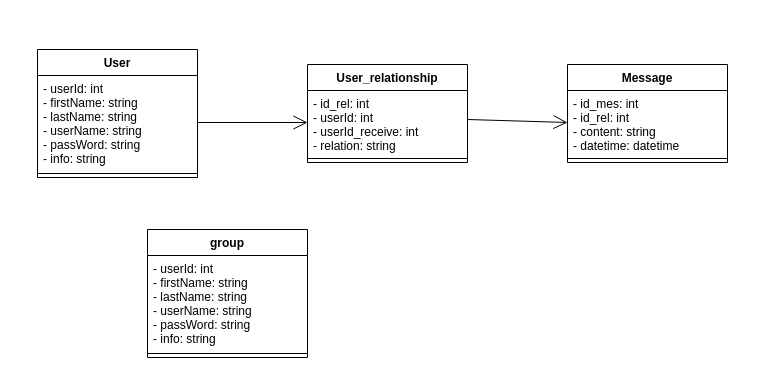
Earlier version of the draw.io diagram chat_app.drawio (lythanhhai/Chat_App_PBL4). Source tidied: cells renumbered, new cells numbered last; positions are measured from the earlier drawing's top-left corner, leaving out a move shared by most shapes. Both pictures are drawn from the tidied source at 100%, with x=0, y=0 at pixel (37, 49).
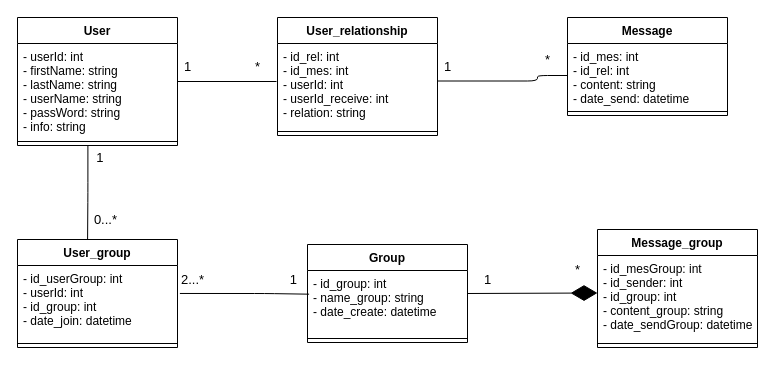
The same diagram, later.

The change refers to these unchanged cells:
```xml
<mxCell id="3" value="- userId: int&#10;- firstName: string&#10;- lastName: string&#10;- userName: string&#10;- passWord: string&#10;- info: string" style="text;strokeColor=none;fillColor=none;align=left;verticalAlign=top;spacingLeft=4;spacingRight=4;overflow=hidden;points=[[0,0.5],[1,0.5]];portConstraint=eastwest;" parent="2" vertex="1">
  <mxGeometry y="26" width="160" height="94" as="geometry" />
</mxCell>
<mxCell id="4" style="line;strokeWidth=1;fillColor=none;align=left;verticalAlign=middle;spacingTop=-1;spacingLeft=3;spacingRight=3;labelPosition=right;points=[];portConstraint=eastwest;" parent="2" vertex="1">
  <mxGeometry y="120" width="160" height="8" as="geometry" />
</mxCell>
```

Change to the diagram source:
```diff
@@
     <mxCell id="2" value="User" style="swimlane;fontStyle=1;align=center;verticalAlign=top;horizontal=1;startSize=26;" parent="1" vertex="1">
-      <mxGeometry width="160" height="128" as="geometry" />
+      <mxGeometry x="-20" y="-32" width="160" height="128" as="geometry" />
     </mxCell>
@@
     <mxCell id="5" value="User_relationship" style="swimlane;fontStyle=1;align=center;verticalAlign=top;horizontal=1;startSize=26;" parent="1" vertex="1">
-      <mxGeometry x="270" y="15" width="160" height="98" as="geometry" />
+      <mxGeometry x="240" y="-32" width="160" height="118" as="geometry" />
     </mxCell>
-    <mxCell id="6" value="- id_rel: int&#10;- userId: int&#10;- userId_receive: int&#10;- relation: string" style="text;strokeColor=none;fillColor=none;align=left;verticalAlign=top;spacingLeft=4;spacingRight=4;overflow=hidden;points=[[0,0.5],[1,0.5]];portConstraint=eastwest;" parent="5" vertex="1">
-      <mxGeometry y="26" width="160" height="64" as="geometry" />
+    <mxCell id="6" value="- id_rel: int&#10;- id_mes: int&#10;- userId: int&#10;- userId_receive: int&#10;- relation: string" style="text;strokeColor=none;fillColor=none;align=left;verticalAlign=top;spacingLeft=4;spacingRight=4;overflow=hidden;points=[[0,0.5],[1,0.5]];portConstraint=eastwest;" parent="5" vertex="1">
+      <mxGeometry y="26" width="160" height="84" as="geometry" />
     </mxCell>
     <mxCell id="7" style="line;strokeWidth=1;fillColor=none;align=left;verticalAlign=middle;spacingTop=-1;spacingLeft=3;spacingRight=3;labelPosition=right;" parent="5" vertex="1">
-      <mxGeometry y="90" width="160" height="8" as="geometry" />
+      <mxGeometry y="110" width="160" height="8" as="geometry" />
     </mxCell>
     <mxCell id="8" value="Message" style="swimlane;fontStyle=1;align=center;verticalAlign=top;horizontal=1;startSize=26;" parent="1" vertex="1">
-      <mxGeometry x="530" y="15" width="160" height="98" as="geometry" />
+      <mxGeometry x="530" y="-32" width="160" height="98" as="geometry" />
     </mxCell>
-    <mxCell id="9" value="- id_mes: int&#10;- id_rel: int&#10;- content: string&#10;- datetime: datetime" style="text;strokeColor=none;fillColor=none;align=left;verticalAlign=top;spacingLeft=4;spacingRight=4;overflow=hidden;points=[[0,0.5],[1,0.5]];portConstraint=eastwest;" parent="8" vertex="1">
+    <mxCell id="9" value="- id_mes: int&#10;- id_rel: int&#10;- content: string&#10;- date_send: datetime" style="text;strokeColor=none;fillColor=none;align=left;verticalAlign=top;spacingLeft=4;spacingRight=4;overflow=hidden;points=[[0,0.5],[1,0.5]];portConstraint=eastwest;" parent="8" vertex="1">
       <mxGeometry y="26" width="160" height="64" as="geometry" />
     </mxCell>
@@
-    <mxCell id="11" value="group" style="swimlane;fontStyle=1;align=center;verticalAlign=top;horizontal=1;startSize=26;" parent="1" vertex="1">
-      <mxGeometry x="110" y="180" width="160" height="128" as="geometry" />
-    </mxCell>
-    <mxCell id="12" value="- userId: int&#10;- firstName: string&#10;- lastName: string&#10;- userName: string&#10;- passWord: string&#10;- info: string" style="text;strokeColor=none;fillColor=none;align=left;verticalAlign=top;spacingLeft=4;spacingRight=4;overflow=hidden;" parent="11" vertex="1">
-      <mxGeometry y="26" width="160" height="94" as="geometry" />
-    </mxCell>
-    <mxCell id="13" style="line;strokeWidth=1;fillColor=none;align=left;verticalAlign=middle;spacingTop=-1;spacingLeft=3;spacingRight=3;labelPosition=right;" parent="11" vertex="1">
-      <mxGeometry y="120" width="160" height="8" as="geometry" />
-    </mxCell>
-    <mxCell id="14" style="endArrow=open;endFill=1;endSize=12;html=1;entryX=0;entryY=0.5;entryDx=0;entryDy=0;" parent="1" edge="1" source="3" target="6">
-      <mxGeometry relative="1" as="geometry" />
-    </mxCell>
-    <mxCell id="15" style="endArrow=open;endFill=1;endSize=12;html=1;entryX=0;entryY=0.5;entryDx=0;entryDy=0;" parent="1" edge="1" target="9">
-      <mxGeometry relative="1" as="geometry">
-        <mxPoint x="430" y="70" as="sourcePoint" />
-      </mxGeometry>
-    </mxCell>
+    <mxCell id="16" value="Message_group" style="swimlane;fontStyle=1;align=center;verticalAlign=top;horizontal=1;startSize=26;" parent="1" vertex="1">
+      <mxGeometry x="560" y="180" width="160" height="118" as="geometry" />
+    </mxCell>
+    <mxCell id="17" value="- id_mesGroup: int&#10;- id_sender: int&#10;- id_group: int&#10;- content_group: string&#10;- date_sendGroup: datetime" style="text;strokeColor=none;fillColor=none;align=left;verticalAlign=top;spacingLeft=4;spacingRight=4;overflow=hidden;" parent="16" vertex="1">
+      <mxGeometry y="26" width="160" height="84" as="geometry" />
+    </mxCell>
+    <mxCell id="18" style="line;strokeWidth=1;fillColor=none;align=left;verticalAlign=middle;spacingTop=-1;spacingLeft=3;spacingRight=3;labelPosition=right;" parent="16" vertex="1">
+      <mxGeometry y="110" width="160" height="8" as="geometry" />
+    </mxCell>
+    <mxCell id="19" value="User_group" style="swimlane;fontStyle=1;align=center;verticalAlign=top;horizontal=1;startSize=26;" parent="1" vertex="1">
+      <mxGeometry x="-20" y="190" width="160" height="108" as="geometry" />
+    </mxCell>
+    <mxCell id="20" value="- id_userGroup: int&#10;- userId: int&#10;- id_group: int&#10;- date_join: datetime" style="text;strokeColor=none;fillColor=none;align=left;verticalAlign=top;spacingLeft=4;spacingRight=4;overflow=hidden;points=[[0,0.5],[1,0.5]];portConstraint=eastwest;" parent="19" vertex="1">
+      <mxGeometry y="26" width="160" height="74" as="geometry" />
+    </mxCell>
+    <mxCell id="21" style="line;strokeWidth=1;fillColor=none;align=left;verticalAlign=middle;spacingTop=-1;spacingLeft=3;spacingRight=3;labelPosition=right;" parent="19" vertex="1">
+      <mxGeometry y="100" width="160" height="8" as="geometry" />
+    </mxCell>
+    <mxCell id="22" value="Group" style="swimlane;fontStyle=1;align=center;verticalAlign=top;horizontal=1;startSize=26;" parent="1" vertex="1">
+      <mxGeometry x="270" y="195" width="160" height="98" as="geometry" />
+    </mxCell>
+    <mxCell id="23" value="- id_group: int&#10;- name_group: string&#10;- date_create: datetime" style="text;strokeColor=none;fillColor=none;align=left;verticalAlign=top;spacingLeft=4;spacingRight=4;overflow=hidden;points=[[0,0.5],[1,0.5]];portConstraint=eastwest;" parent="22" vertex="1">
+      <mxGeometry y="26" width="160" height="64" as="geometry" />
+    </mxCell>
+    <mxCell id="24" style="line;strokeWidth=1;fillColor=none;align=left;verticalAlign=middle;spacingTop=-1;spacingLeft=3;spacingRight=3;labelPosition=right;" parent="22" vertex="1">
+      <mxGeometry y="90" width="160" height="8" as="geometry" />
+    </mxCell>
+    <mxCell id="25" style="endArrow=none;html=1;edgeStyle=orthogonalEdgeStyle;entryX=0.438;entryY=0;entryDx=0;entryDy=0;entryPerimeter=0;exitX=0.44;exitY=1;exitDx=0;exitDy=0;exitPerimeter=0;" parent="1" edge="1" source="4" target="19">
+      <mxGeometry relative="1" as="geometry" />
+    </mxCell>
+    <mxCell id="26" value="&amp;nbsp; 1" style="edgeLabel;html=1;align=left;verticalAlign=bottom;fontSize=13;" parent="25" vertex="1">
+      <mxGeometry x="-1" relative="1" as="geometry">
+        <mxPoint y="22" as="offset" />
+      </mxGeometry>
+    </mxCell>
+    <mxCell id="27" value="&lt;font style=&quot;font-size: 13px&quot;&gt;0...*&lt;/font&gt;" style="edgeLabel;html=1;align=right;verticalAlign=bottom;" parent="25" vertex="1">
+      <mxGeometry x="1" relative="1" as="geometry">
+        <mxPoint x="30" y="-10" as="offset" />
+      </mxGeometry>
+    </mxCell>
+    <mxCell id="28" style="endArrow=none;html=1;edgeStyle=orthogonalEdgeStyle;fontSize=13;entryX=0.01;entryY=0.37;entryDx=0;entryDy=0;entryPerimeter=0;exitX=1.015;exitY=0.378;exitDx=0;exitDy=0;exitPerimeter=0;" parent="1" edge="1" source="20" target="23">
+      <mxGeometry relative="1" as="geometry">
+        <Array as="points">
+          <mxPoint x="227" y="244" />
+        </Array>
+      </mxGeometry>
+    </mxCell>
+    <mxCell id="29" value="2...*" style="edgeLabel;html=1;align=left;verticalAlign=bottom;fontSize=13;" parent="28" vertex="1">
+      <mxGeometry x="-1" relative="1" as="geometry">
+        <mxPoint y="-4" as="offset" />
+      </mxGeometry>
+    </mxCell>
+    <mxCell id="30" value="1" style="edgeLabel;html=1;align=right;verticalAlign=bottom;fontSize=13;" parent="28" vertex="1">
+      <mxGeometry x="1" relative="1" as="geometry">
+        <mxPoint x="-11" y="-5" as="offset" />
+      </mxGeometry>
+    </mxCell>
+    <mxCell id="31" style="endArrow=diamondThin;endFill=1;endSize=24;html=1;fontSize=13;" parent="1" edge="1">
+      <mxGeometry relative="1" as="geometry">
+        <mxPoint x="430" y="244" as="sourcePoint" />
+        <mxPoint x="560" y="243.5" as="targetPoint" />
+      </mxGeometry>
+    </mxCell>
+    <mxCell id="32" value="1" style="text;html=1;align=center;verticalAlign=middle;strokeColor=none;fillColor=none;fontSize=13;" parent="1" vertex="1">
+      <mxGeometry x="440" y="220" width="20" height="20" as="geometry" />
+    </mxCell>
+    <mxCell id="33" value="*" style="text;html=1;align=center;verticalAlign=middle;strokeColor=none;fillColor=none;fontSize=13;" parent="1" vertex="1">
+      <mxGeometry x="530" y="210" width="20" height="20" as="geometry" />
+    </mxCell>
+    <mxCell id="34" style="endArrow=none;html=1;edgeStyle=orthogonalEdgeStyle;fontSize=13;" parent="1" edge="1">
+      <mxGeometry relative="1" as="geometry">
+        <mxPoint x="140" y="31.5" as="sourcePoint" />
+        <mxPoint x="239" y="32" as="targetPoint" />
+        <Array as="points">
+          <mxPoint x="239" y="32" />
+        </Array>
+      </mxGeometry>
+    </mxCell>
+    <mxCell id="35" value="1" style="text;html=1;align=center;verticalAlign=middle;strokeColor=none;fillColor=none;fontSize=13;" parent="1" vertex="1">
+      <mxGeometry x="140" y="7" width="20" height="20" as="geometry" />
+    </mxCell>
+    <mxCell id="36" value="*" style="text;html=1;align=center;verticalAlign=middle;strokeColor=none;fillColor=none;fontSize=13;" parent="1" vertex="1">
+      <mxGeometry x="210" y="7" width="20" height="20" as="geometry" />
+    </mxCell>
+    <mxCell id="37" style="endArrow=none;html=1;edgeStyle=orthogonalEdgeStyle;fontSize=13;entryX=0;entryY=0.5;entryDx=0;entryDy=0;" parent="1" edge="1" target="9">
+      <mxGeometry relative="1" as="geometry">
+        <mxPoint x="400.5" y="31.5" as="sourcePoint" />
+        <Array as="points">
+          <mxPoint x="500" y="32" />
+          <mxPoint x="500" y="26" />
+        </Array>
+      </mxGeometry>
+    </mxCell>
+    <mxCell id="38" value="1" style="text;html=1;align=center;verticalAlign=middle;strokeColor=none;fillColor=none;fontSize=13;" parent="1" vertex="1">
+      <mxGeometry x="400" y="7" width="20" height="20" as="geometry" />
+    </mxCell>
+    <mxCell id="39" value="*" style="text;html=1;align=center;verticalAlign=middle;strokeColor=none;fillColor=none;fontSize=13;" parent="1" vertex="1">
+      <mxGeometry x="500" width="20" height="20" as="geometry" />
+    </mxCell>
```
